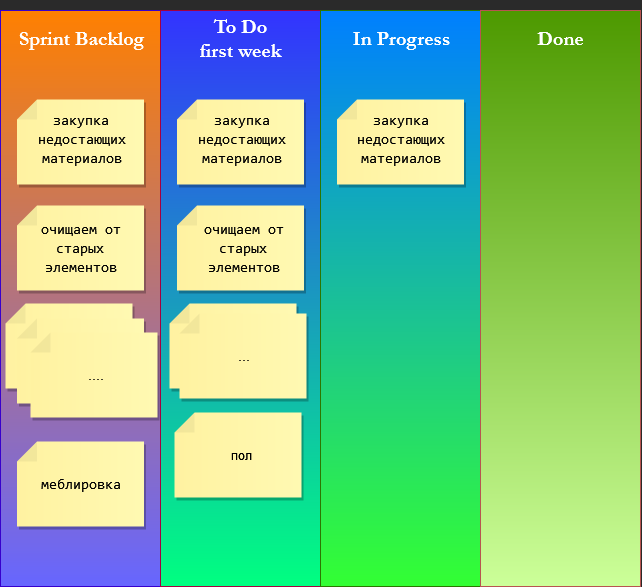
Above: hw_3/SD.png in IgorRoma/PM_hw (draw.io), before the change. Source tidied: cells renumbered, new cells last; positions are measured from the earlier drawing's top-left corner, leaving out a move shared by most shapes. Its diagram source:
```xml
<mxGraphModel>
  <root>
    <mxCell id="0" />
    <mxCell id="1" parent="0" />
    <mxCell id="2" style="rounded=0;whiteSpace=wrap;html=1;hachureGap=4;fillColor=#FF8000;strokeColor=#3700CC;fontColor=#ffffff;gradientColor=#6666FF;" parent="1" vertex="1">
      <mxGeometry y="10" width="160" height="576" as="geometry" />
    </mxCell>
    <mxCell id="3" style="rounded=0;whiteSpace=wrap;html=1;hachureGap=4;fillColor=#3333FF;fontColor=#ffffff;strokeColor=#A50040;gradientColor=#00FF80;" parent="1" vertex="1">
      <mxGeometry x="160" y="10" width="160" height="576" as="geometry" />
    </mxCell>
    <mxCell id="4" style="rounded=0;whiteSpace=wrap;html=1;hachureGap=4;fillColor=#007FFF;fontColor=#ffffff;strokeColor=#2D7600;gradientColor=#33FF33;" parent="1" vertex="1">
      <mxGeometry x="320" y="10" width="160" height="576" as="geometry" />
    </mxCell>
    <mxCell id="5" style="shape=note;whiteSpace=wrap;html=1;backgroundOutline=1;fontColor=#000000;darkOpacity=0.05;fillColor=#FFF9B2;strokeColor=none;fillStyle=solid;direction=west;gradientDirection=north;gradientColor=#FFF2A1;shadow=1;size=20;hachureGap=4;rotation=90;" parent="1" vertex="1">
      <mxGeometry x="37.5" y="78" width="85" height="127" as="geometry" />
    </mxCell>
    <mxCell id="6" style="shape=note;whiteSpace=wrap;html=1;backgroundOutline=1;fontColor=#000000;darkOpacity=0.05;fillColor=#FFF9B2;strokeColor=none;fillStyle=solid;direction=west;gradientDirection=north;gradientColor=#FFF2A1;shadow=1;size=20;hachureGap=4;rotation=90;" parent="1" vertex="1">
      <mxGeometry x="37.5" y="184" width="85" height="127" as="geometry" />
    </mxCell>
    <mxCell id="7" style="shape=note;whiteSpace=wrap;html=1;backgroundOutline=1;fontColor=#000000;darkOpacity=0.05;fillColor=#FFF9B2;strokeColor=none;fillStyle=solid;direction=west;gradientDirection=north;gradientColor=#FFF2A1;shadow=1;size=20;hachureGap=4;rotation=90;" parent="1" vertex="1">
      <mxGeometry x="197.5" y="78" width="85" height="127" as="geometry" />
    </mxCell>
    <mxCell id="8" style="shape=note;whiteSpace=wrap;html=1;backgroundOutline=1;fontColor=#000000;darkOpacity=0.05;fillColor=#FFF9B2;strokeColor=none;fillStyle=solid;direction=west;gradientDirection=north;gradientColor=#FFF2A1;shadow=1;size=20;hachureGap=4;rotation=90;" parent="1" vertex="1">
      <mxGeometry x="357.5" y="78" width="85" height="127" as="geometry" />
    </mxCell>
    <mxCell id="9" style="rounded=0;whiteSpace=wrap;html=1;hachureGap=4;fillColor=#4D9900;strokeColor=#b85450;gradientColor=#CCFF99;" parent="1" vertex="1">
      <mxGeometry x="480" y="10" width="160" height="576" as="geometry" />
    </mxCell>
    <mxCell id="10" value="&lt;p&gt;&lt;font size=&quot;1&quot; face=&quot;Garamond&quot;&gt;&lt;span style=&quot;font-size: 20px;&quot;&gt;Sprint Backlog&lt;/span&gt;&lt;/font&gt;&lt;/p&gt;" style="text;html=1;align=center;verticalAlign=middle;hachureGap=4;fontFamily=Garamond;fontSize=20;fillColor=none;fontColor=#FFFFFF;labelBackgroundColor=none;labelBorderColor=none;fontStyle=1;" parent="1" vertex="1">
      <mxGeometry x="9.5" width="143" height="76" as="geometry" />
    </mxCell>
    <mxCell id="11" value="&lt;div&gt;To Do&lt;/div&gt;&lt;div&gt;first week &lt;br&gt;&lt;/div&gt;" style="text;html=1;align=center;verticalAlign=middle;strokeColor=none;fillColor=none;labelBackgroundColor=none;labelBorderColor=none;hachureGap=4;fontFamily=Garamond;fontSize=20;fontColor=#FFFFFF;fontStyle=1;" parent="1" vertex="1">
      <mxGeometry x="190" y="8" width="100" height="60" as="geometry" />
    </mxCell>
    <mxCell id="12" value="&lt;b&gt;In Progress&lt;/b&gt;" style="text;html=1;align=center;verticalAlign=middle;strokeColor=none;fillColor=none;labelBackgroundColor=none;labelBorderColor=none;hachureGap=4;fontFamily=Garamond;fontSize=20;fontColor=#FFFFFF;" parent="1" vertex="1">
      <mxGeometry x="342.5" y="20" width="116" height="36" as="geometry" />
    </mxCell>
    <mxCell id="13" value="&lt;b&gt;Done&lt;/b&gt;" style="text;html=1;align=center;verticalAlign=middle;strokeColor=none;fillColor=none;labelBackgroundColor=none;labelBorderColor=none;hachureGap=4;fontFamily=Garamond;fontSize=20;fontColor=#FFFFFF;" parent="1" vertex="1">
      <mxGeometry x="528" y="20" width="64" height="36" as="geometry" />
    </mxCell>
    <mxCell id="14" value="&lt;div style=&quot;font-family: Consolas, &amp;quot;Courier New&amp;quot;, monospace; font-weight: normal; font-size: 14px; line-height: 19px;&quot;&gt;&lt;div&gt;&lt;span style=&quot;background-color: transparent;&quot;&gt;&lt;span style=&quot;&quot;&gt;закупка &lt;br&gt;&lt;/span&gt;&lt;/span&gt;&lt;/div&gt;&lt;div&gt;&lt;span style=&quot;background-color: transparent;&quot;&gt;&lt;span style=&quot;&quot;&gt;недостающих &lt;br&gt;&lt;/span&gt;&lt;/span&gt;&lt;/div&gt;&lt;div&gt;&lt;span style=&quot;background-color: transparent;&quot;&gt;&lt;span style=&quot;&quot;&gt;материалов&lt;/span&gt;&lt;/span&gt;&lt;/div&gt;&lt;/div&gt;" style="text;html=1;align=center;verticalAlign=middle;strokeColor=none;fillColor=none;hachureGap=4;fontSize=13;fontColor=#000000;" parent="1" vertex="1">
      <mxGeometry x="29.5" y="104" width="103" height="69" as="geometry" />
    </mxCell>
    <mxCell id="15" value="&lt;div style=&quot;font-family: Consolas, &amp;quot;Courier New&amp;quot;, monospace; font-weight: normal; font-size: 14px; line-height: 19px;&quot;&gt;&lt;div&gt;&lt;font color=&quot;#000000&quot;&gt;&lt;span style=&quot;background-color: transparent;&quot;&gt;очищаем от &lt;br&gt;&lt;/span&gt;&lt;/font&gt;&lt;/div&gt;&lt;div&gt;&lt;font color=&quot;#000000&quot;&gt;&lt;span style=&quot;background-color: transparent;&quot;&gt;старых &lt;br&gt;&lt;/span&gt;&lt;/font&gt;&lt;/div&gt;&lt;div&gt;&lt;font color=&quot;#000000&quot;&gt;&lt;span style=&quot;background-color: transparent;&quot;&gt;элементов&lt;/span&gt;&lt;/font&gt;&lt;/div&gt;&lt;/div&gt;" style="text;html=1;align=center;verticalAlign=middle;strokeColor=none;fillColor=none;labelBackgroundColor=none;hachureGap=4;fontSize=13;fontColor=#000000;" parent="1" vertex="1">
      <mxGeometry x="32.5" y="213" width="95" height="69" as="geometry" />
    </mxCell>
    <mxCell id="16" style="shape=note;whiteSpace=wrap;html=1;backgroundOutline=1;fontColor=#000000;darkOpacity=0.05;fillColor=#FFF9B2;strokeColor=none;fillStyle=solid;direction=west;gradientDirection=north;gradientColor=#FFF2A1;shadow=1;size=20;hachureGap=4;rotation=90;" parent="1" vertex="1">
      <mxGeometry x="26" y="282" width="85" height="127" as="geometry" />
    </mxCell>
    <mxCell id="17" value="....." style="text;html=1;align=center;verticalAlign=middle;strokeColor=none;fillColor=none;labelBackgroundColor=none;hachureGap=4;fontSize=13;fontColor=#000000;" parent="1" vertex="1">
      <mxGeometry x="75" y="357" width="36" height="28" as="geometry" />
    </mxCell>
    <mxCell id="18" style="shape=note;whiteSpace=wrap;html=1;backgroundOutline=1;fontColor=#000000;darkOpacity=0.05;fillColor=#FFF9B2;strokeColor=none;fillStyle=solid;direction=west;gradientDirection=north;gradientColor=#FFF2A1;shadow=1;size=20;hachureGap=4;rotation=90;" parent="1" vertex="1">
      <mxGeometry x="37.5" y="420" width="85" height="127" as="geometry" />
    </mxCell>
    <mxCell id="19" value="&lt;div style=&quot;font-family: Consolas, &amp;quot;Courier New&amp;quot;, monospace; font-weight: normal; font-size: 14px; line-height: 19px;&quot;&gt;&lt;div&gt;&lt;font color=&quot;#000000&quot;&gt;&lt;span style=&quot;background-color: transparent;&quot;&gt;меблировка&lt;/span&gt;&lt;/font&gt;&lt;/div&gt;&lt;/div&gt;" style="text;html=1;align=center;verticalAlign=middle;strokeColor=none;fillColor=none;labelBackgroundColor=none;hachureGap=4;fontSize=13;fontColor=#000000;" parent="1" vertex="1">
      <mxGeometry x="32.5" y="468" width="95" height="31" as="geometry" />
    </mxCell>
    <mxCell id="20" style="shape=note;whiteSpace=wrap;html=1;backgroundOutline=1;fontColor=#000000;darkOpacity=0.05;fillColor=#FFF9B2;strokeColor=none;fillStyle=solid;direction=west;gradientDirection=north;gradientColor=#FFF2A1;shadow=1;size=20;hachureGap=4;rotation=90;" parent="1" vertex="1">
      <mxGeometry x="197.5" y="184" width="85" height="127" as="geometry" />
    </mxCell>
    <mxCell id="21" style="shape=note;whiteSpace=wrap;html=1;backgroundOutline=1;fontColor=#000000;darkOpacity=0.05;fillColor=#FFF9B2;strokeColor=none;fillStyle=solid;direction=west;gradientDirection=north;gradientColor=#FFF2A1;shadow=1;size=20;hachureGap=4;rotation=90;" parent="1" vertex="1">
      <mxGeometry x="37.5" y="297" width="85" height="127" as="geometry" />
    </mxCell>
    <mxCell id="22" style="shape=note;whiteSpace=wrap;html=1;backgroundOutline=1;fontColor=#000000;darkOpacity=0.05;fillColor=#FFF9B2;strokeColor=none;fillStyle=solid;direction=west;gradientDirection=north;gradientColor=#FFF2A1;shadow=1;size=20;hachureGap=4;rotation=90;" parent="1" vertex="1">
      <mxGeometry x="51" y="311" width="85" height="127" as="geometry" />
    </mxCell>
    <mxCell id="23" value="...." style="text;html=1;align=center;verticalAlign=middle;strokeColor=none;fillColor=none;labelBackgroundColor=none;hachureGap=4;fontSize=13;fontColor=#000000;" parent="1" vertex="1">
      <mxGeometry x="79" y="360.5" width="32" height="28" as="geometry" />
    </mxCell>
    <mxCell id="24" value="&lt;div style=&quot;font-family: Consolas, &amp;quot;Courier New&amp;quot;, monospace; font-weight: normal; font-size: 14px; line-height: 19px;&quot;&gt;&lt;div&gt;&lt;span style=&quot;background-color: transparent;&quot;&gt;&lt;span style=&quot;&quot;&gt;закупка &lt;br&gt;&lt;/span&gt;&lt;/span&gt;&lt;/div&gt;&lt;div&gt;&lt;span style=&quot;background-color: transparent;&quot;&gt;&lt;span style=&quot;&quot;&gt;недостающих &lt;br&gt;&lt;/span&gt;&lt;/span&gt;&lt;/div&gt;&lt;div&gt;&lt;span style=&quot;background-color: transparent;&quot;&gt;&lt;span style=&quot;&quot;&gt;материалов&lt;/span&gt;&lt;/span&gt;&lt;/div&gt;&lt;/div&gt;" style="text;whiteSpace=wrap;html=1;fontSize=13;fontColor=#000000;align=center;" parent="1" vertex="1">
      <mxGeometry x="186" y="104" width="113" height="79" as="geometry" />
    </mxCell>
    <mxCell id="25" value="&lt;div style=&quot;font-family: Consolas, &amp;quot;Courier New&amp;quot;, monospace; font-weight: normal; font-size: 14px; line-height: 19px;&quot;&gt;&lt;div&gt;&lt;font color=&quot;#000000&quot;&gt;&lt;span style=&quot;background-color: transparent;&quot;&gt;очищаем от &lt;br&gt;&lt;/span&gt;&lt;/font&gt;&lt;/div&gt;&lt;div&gt;&lt;font color=&quot;#000000&quot;&gt;&lt;span style=&quot;background-color: transparent;&quot;&gt;старых &lt;br&gt;&lt;/span&gt;&lt;/font&gt;&lt;/div&gt;&lt;div&gt;&lt;font color=&quot;#000000&quot;&gt;&lt;span style=&quot;background-color: transparent;&quot;&gt;элементов&lt;/span&gt;&lt;/font&gt;&lt;/div&gt;&lt;/div&gt;" style="text;html=1;align=center;verticalAlign=middle;strokeColor=none;fillColor=none;labelBackgroundColor=none;hachureGap=4;fontSize=13;fontColor=#000000;" parent="1" vertex="1">
      <mxGeometry x="195" y="213" width="95" height="69" as="geometry" />
    </mxCell>
    <mxCell id="26" style="shape=note;whiteSpace=wrap;html=1;backgroundOutline=1;fontColor=#000000;darkOpacity=0.05;fillColor=#FFF9B2;strokeColor=none;fillStyle=solid;direction=west;gradientDirection=north;gradientColor=#FFF2A1;shadow=1;size=20;hachureGap=4;rotation=90;" parent="1" vertex="1">
      <mxGeometry x="195" y="391" width="85" height="127" as="geometry" />
    </mxCell>
    <mxCell id="27" value="пол" style="text;html=1;align=center;verticalAlign=middle;strokeColor=none;fillColor=none;labelBackgroundColor=none;hachureGap=4;fontSize=13;fontColor=#000000;" parent="1" vertex="1">
      <mxGeometry x="220.5" y="440.5" width="40" height="28" as="geometry" />
    </mxCell>
    <mxCell id="28" style="shape=note;whiteSpace=wrap;html=1;backgroundOutline=1;fontColor=#000000;darkOpacity=0.05;fillColor=#FFF9B2;strokeColor=none;fillStyle=solid;direction=west;gradientDirection=north;gradientColor=#FFF2A1;shadow=1;size=20;hachureGap=4;rotation=90;" parent="1" vertex="1">
      <mxGeometry x="190" y="282" width="85" height="127" as="geometry" />
    </mxCell>
    <mxCell id="29" style="shape=note;whiteSpace=wrap;html=1;backgroundOutline=1;fontColor=#000000;darkOpacity=0.05;fillColor=#FFF9B2;strokeColor=none;fillStyle=solid;direction=west;gradientDirection=north;gradientColor=#FFF2A1;shadow=1;size=20;hachureGap=4;rotation=90;" parent="1" vertex="1">
      <mxGeometry x="200" y="292" width="85" height="127" as="geometry" />
    </mxCell>
    <mxCell id="30" value="..." style="text;html=1;align=center;verticalAlign=middle;strokeColor=none;fillColor=none;labelBackgroundColor=none;hachureGap=4;fontSize=13;fontColor=#000000;" parent="1" vertex="1">
      <mxGeometry x="228" y="341.5" width="29" height="28" as="geometry" />
    </mxCell>
    <mxCell id="31" value="&lt;div style=&quot;font-family: Consolas, &amp;quot;Courier New&amp;quot;, monospace; font-weight: normal; font-size: 14px; line-height: 19px;&quot;&gt;&lt;div&gt;&lt;span style=&quot;background-color: transparent;&quot;&gt;&lt;span style=&quot;&quot;&gt;закупка &lt;br&gt;&lt;/span&gt;&lt;/span&gt;&lt;/div&gt;&lt;div&gt;&lt;span style=&quot;background-color: transparent;&quot;&gt;&lt;span style=&quot;&quot;&gt;недостающих &lt;br&gt;&lt;/span&gt;&lt;/span&gt;&lt;/div&gt;&lt;div&gt;&lt;span style=&quot;background-color: transparent;&quot;&gt;&lt;span style=&quot;&quot;&gt;материалов&lt;/span&gt;&lt;/span&gt;&lt;/div&gt;&lt;/div&gt;" style="text;whiteSpace=wrap;html=1;fontSize=13;fontColor=#000000;align=center;" parent="1" vertex="1">
      <mxGeometry x="345.5" y="104" width="113" height="79" as="geometry" />
    </mxCell>
  </root>
</mxGraphModel>
```
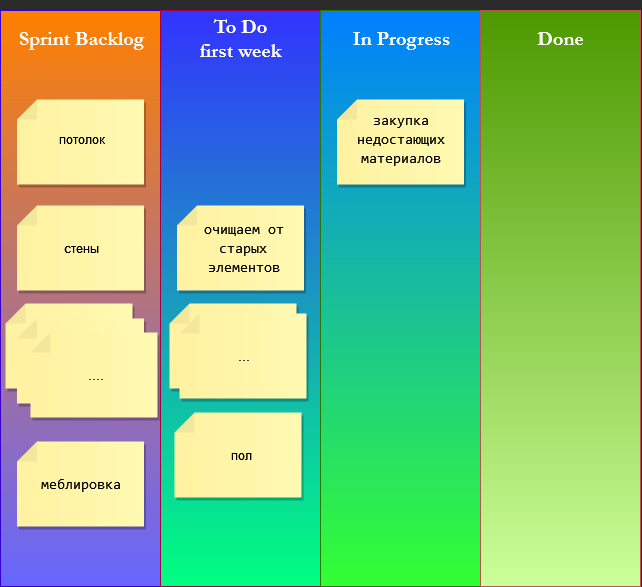
After the commit.

What changed in the source:
```diff
@@ -17,9 +17,6 @@
     <mxCell id="6" style="shape=note;whiteSpace=wrap;html=1;backgroundOutline=1;fontColor=#000000;darkOpacity=0.05;fillColor=#FFF9B2;strokeColor=none;fillStyle=solid;direction=west;gradientDirection=north;gradientColor=#FFF2A1;shadow=1;size=20;hachureGap=4;rotation=90;" parent="1" vertex="1">
       <mxGeometry x="37.5" y="184" width="85" height="127" as="geometry" />
     </mxCell>
-    <mxCell id="7" style="shape=note;whiteSpace=wrap;html=1;backgroundOutline=1;fontColor=#000000;darkOpacity=0.05;fillColor=#FFF9B2;strokeColor=none;fillStyle=solid;direction=west;gradientDirection=north;gradientColor=#FFF2A1;shadow=1;size=20;hachureGap=4;rotation=90;" parent="1" vertex="1">
-      <mxGeometry x="197.5" y="78" width="85" height="127" as="geometry" />
-    </mxCell>
     <mxCell id="8" style="shape=note;whiteSpace=wrap;html=1;backgroundOutline=1;fontColor=#000000;darkOpacity=0.05;fillColor=#FFF9B2;strokeColor=none;fillStyle=solid;direction=west;gradientDirection=north;gradientColor=#FFF2A1;shadow=1;size=20;hachureGap=4;rotation=90;" parent="1" vertex="1">
       <mxGeometry x="357.5" y="78" width="85" height="127" as="geometry" />
     </mxCell>
@@ -38,11 +35,11 @@
     <mxCell id="13" value="&lt;b&gt;Done&lt;/b&gt;" style="text;html=1;align=center;verticalAlign=middle;strokeColor=none;fillColor=none;labelBackgroundColor=none;labelBorderColor=none;hachureGap=4;fontFamily=Garamond;fontSize=20;fontColor=#FFFFFF;" parent="1" vertex="1">
       <mxGeometry x="528" y="20" width="64" height="36" as="geometry" />
     </mxCell>
-    <mxCell id="14" value="&lt;div style=&quot;font-family: Consolas, &amp;quot;Courier New&amp;quot;, monospace; font-weight: normal; font-size: 14px; line-height: 19px;&quot;&gt;&lt;div&gt;&lt;span style=&quot;background-color: transparent;&quot;&gt;&lt;span style=&quot;&quot;&gt;закупка &lt;br&gt;&lt;/span&gt;&lt;/span&gt;&lt;/div&gt;&lt;div&gt;&lt;span style=&quot;background-color: transparent;&quot;&gt;&lt;span style=&quot;&quot;&gt;недостающих &lt;br&gt;&lt;/span&gt;&lt;/span&gt;&lt;/div&gt;&lt;div&gt;&lt;span style=&quot;background-color: transparent;&quot;&gt;&lt;span style=&quot;&quot;&gt;материалов&lt;/span&gt;&lt;/span&gt;&lt;/div&gt;&lt;/div&gt;" style="text;html=1;align=center;verticalAlign=middle;strokeColor=none;fillColor=none;hachureGap=4;fontSize=13;fontColor=#000000;" parent="1" vertex="1">
-      <mxGeometry x="29.5" y="104" width="103" height="69" as="geometry" />
+    <mxCell id="14" value="потолок" style="text;html=1;align=center;verticalAlign=middle;strokeColor=none;fillColor=none;hachureGap=4;fontSize=13;fontColor=#000000;" parent="1" vertex="1">
+      <mxGeometry x="48.5" y="125" width="65" height="28" as="geometry" />
     </mxCell>
-    <mxCell id="15" value="&lt;div style=&quot;font-family: Consolas, &amp;quot;Courier New&amp;quot;, monospace; font-weight: normal; font-size: 14px; line-height: 19px;&quot;&gt;&lt;div&gt;&lt;font color=&quot;#000000&quot;&gt;&lt;span style=&quot;background-color: transparent;&quot;&gt;очищаем от &lt;br&gt;&lt;/span&gt;&lt;/font&gt;&lt;/div&gt;&lt;div&gt;&lt;font color=&quot;#000000&quot;&gt;&lt;span style=&quot;background-color: transparent;&quot;&gt;старых &lt;br&gt;&lt;/span&gt;&lt;/font&gt;&lt;/div&gt;&lt;div&gt;&lt;font color=&quot;#000000&quot;&gt;&lt;span style=&quot;background-color: transparent;&quot;&gt;элементов&lt;/span&gt;&lt;/font&gt;&lt;/div&gt;&lt;/div&gt;" style="text;html=1;align=center;verticalAlign=middle;strokeColor=none;fillColor=none;labelBackgroundColor=none;hachureGap=4;fontSize=13;fontColor=#000000;" parent="1" vertex="1">
-      <mxGeometry x="32.5" y="213" width="95" height="69" as="geometry" />
+    <mxCell id="15" value="стены" style="text;html=1;align=center;verticalAlign=middle;strokeColor=none;fillColor=none;labelBackgroundColor=none;hachureGap=4;fontSize=13;fontColor=#000000;" parent="1" vertex="1">
+      <mxGeometry x="53.5" y="234" width="54" height="28" as="geometry" />
     </mxCell>
     <mxCell id="16" style="shape=note;whiteSpace=wrap;html=1;backgroundOutline=1;fontColor=#000000;darkOpacity=0.05;fillColor=#FFF9B2;strokeColor=none;fillStyle=solid;direction=west;gradientDirection=north;gradientColor=#FFF2A1;shadow=1;size=20;hachureGap=4;rotation=90;" parent="1" vertex="1">
       <mxGeometry x="26" y="282" width="85" height="127" as="geometry" />
@@ -68,9 +65,6 @@
     <mxCell id="23" value="...." style="text;html=1;align=center;verticalAlign=middle;strokeColor=none;fillColor=none;labelBackgroundColor=none;hachureGap=4;fontSize=13;fontColor=#000000;" parent="1" vertex="1">
       <mxGeometry x="79" y="360.5" width="32" height="28" as="geometry" />
     </mxCell>
-    <mxCell id="24" value="&lt;div style=&quot;font-family: Consolas, &amp;quot;Courier New&amp;quot;, monospace; font-weight: normal; font-size: 14px; line-height: 19px;&quot;&gt;&lt;div&gt;&lt;span style=&quot;background-color: transparent;&quot;&gt;&lt;span style=&quot;&quot;&gt;закупка &lt;br&gt;&lt;/span&gt;&lt;/span&gt;&lt;/div&gt;&lt;div&gt;&lt;span style=&quot;background-color: transparent;&quot;&gt;&lt;span style=&quot;&quot;&gt;недостающих &lt;br&gt;&lt;/span&gt;&lt;/span&gt;&lt;/div&gt;&lt;div&gt;&lt;span style=&quot;background-color: transparent;&quot;&gt;&lt;span style=&quot;&quot;&gt;материалов&lt;/span&gt;&lt;/span&gt;&lt;/div&gt;&lt;/div&gt;" style="text;whiteSpace=wrap;html=1;fontSize=13;fontColor=#000000;align=center;" parent="1" vertex="1">
-      <mxGeometry x="186" y="104" width="113" height="79" as="geometry" />
-    </mxCell>
     <mxCell id="25" value="&lt;div style=&quot;font-family: Consolas, &amp;quot;Courier New&amp;quot;, monospace; font-weight: normal; font-size: 14px; line-height: 19px;&quot;&gt;&lt;div&gt;&lt;font color=&quot;#000000&quot;&gt;&lt;span style=&quot;background-color: transparent;&quot;&gt;очищаем от &lt;br&gt;&lt;/span&gt;&lt;/font&gt;&lt;/div&gt;&lt;div&gt;&lt;font color=&quot;#000000&quot;&gt;&lt;span style=&quot;background-color: transparent;&quot;&gt;старых &lt;br&gt;&lt;/span&gt;&lt;/font&gt;&lt;/div&gt;&lt;div&gt;&lt;font color=&quot;#000000&quot;&gt;&lt;span style=&quot;background-color: transparent;&quot;&gt;элементов&lt;/span&gt;&lt;/font&gt;&lt;/div&gt;&lt;/div&gt;" style="text;html=1;align=center;verticalAlign=middle;strokeColor=none;fillColor=none;labelBackgroundColor=none;hachureGap=4;fontSize=13;fontColor=#000000;" parent="1" vertex="1">
       <mxGeometry x="195" y="213" width="95" height="69" as="geometry" />
     </mxCell>
```
